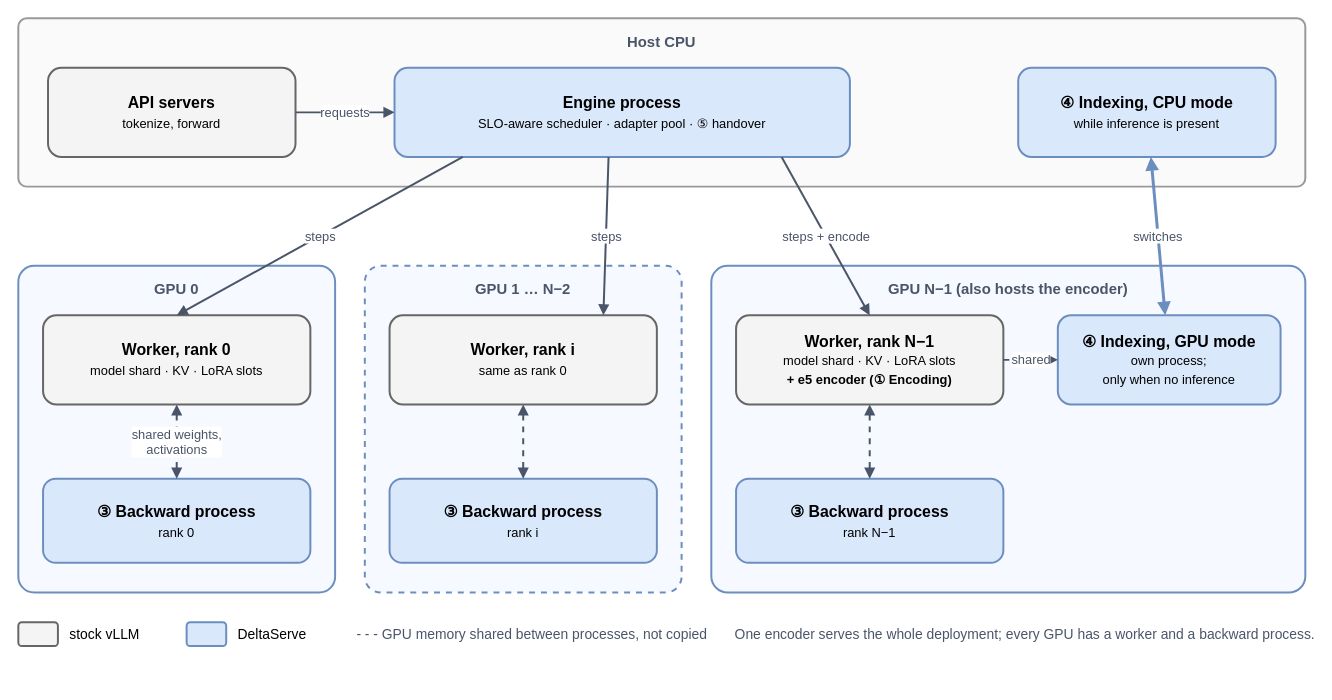
Before: page "gpu-layout" (10 of 13) of docs/figures/scheduling/all-scheduling-diagrams.drawio in 852866031/DeltaServe-vLLM, a draw.io diagram. Source tidied: cells renumbered, new cells numbered last; positions are measured from the earlier drawing's top-left corner, leaving out a move shared by most shapes. Both pictures are drawn from the tidied source at 99%, with x=0, y=0 at pixel (18, 18).
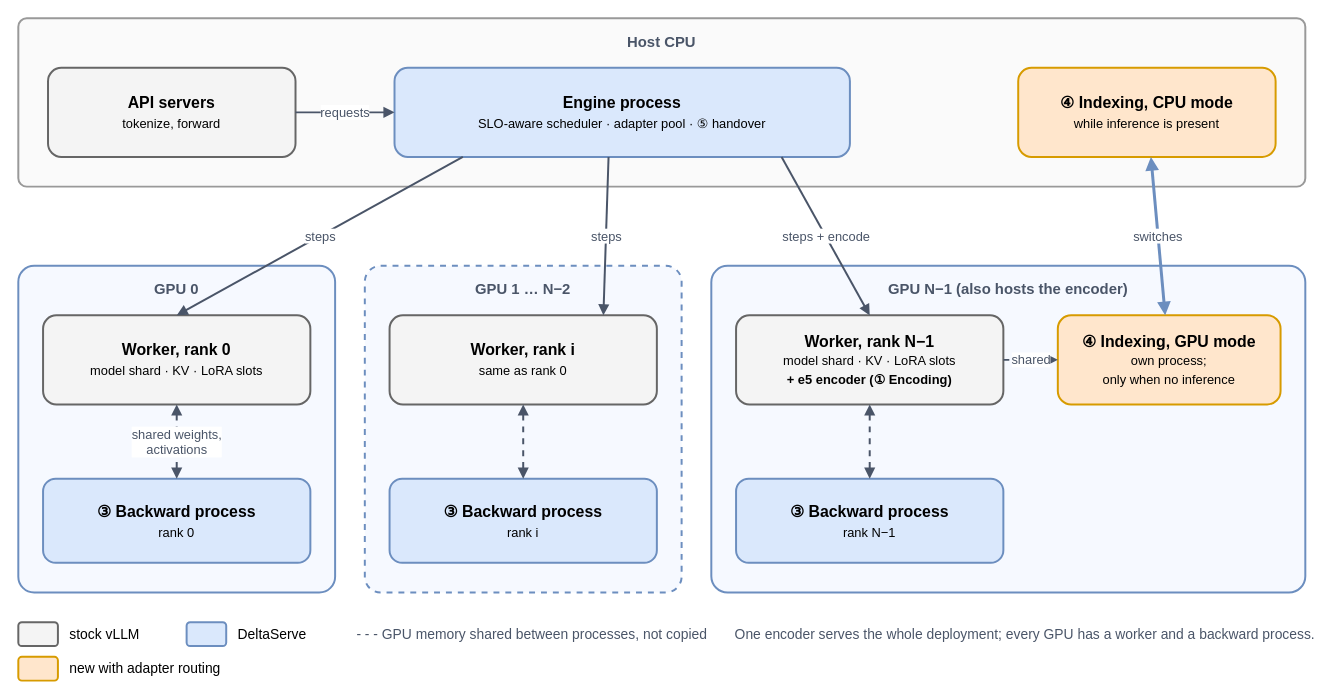
The same page after the edit.

Diff of the diagram source:
```diff
@@
-    <mxCell id="5" value="&lt;b&gt;④ Indexing, CPU mode&lt;/b&gt;&lt;br&gt;&lt;font style=&quot;font-size:13px&quot;&gt;while inference is present&lt;/font&gt;" style="rounded=1;whiteSpace=wrap;html=1;fontSize=16;fillColor=#DAE8FC;strokeColor=#6C8EBF;strokeWidth=2;" parent="1" vertex="1">
+    <mxCell id="5" value="&lt;b&gt;④ Indexing, CPU mode&lt;/b&gt;&lt;br&gt;&lt;font style=&quot;font-size:13px&quot;&gt;while inference is present&lt;/font&gt;" style="rounded=1;whiteSpace=wrap;html=1;fontSize=16;fillColor=#FFE6CC;strokeColor=#D79B00;strokeWidth=2;" parent="1" vertex="1">
       <mxGeometry x="1010" y="50" width="260" height="90" as="geometry" />
     </mxCell>
@@
-    <mxCell id="15" value="&lt;b&gt;④ Indexing, GPU mode&lt;/b&gt;&lt;br&gt;&lt;font style=&quot;font-size:13px&quot;&gt;own process;&lt;br&gt;only when no inference&lt;/font&gt;" style="rounded=1;whiteSpace=wrap;html=1;fontSize=16;fillColor=#DAE8FC;strokeColor=#6C8EBF;strokeWidth=2;" parent="1" vertex="1">
+    <mxCell id="15" value="&lt;b&gt;④ Indexing, GPU mode&lt;/b&gt;&lt;br&gt;&lt;font style=&quot;font-size:13px&quot;&gt;own process;&lt;br&gt;only when no inference&lt;/font&gt;" style="rounded=1;whiteSpace=wrap;html=1;fontSize=16;fillColor=#FFE6CC;strokeColor=#D79B00;strokeWidth=2;" parent="1" vertex="1">
       <mxGeometry x="1050" y="300" width="225" height="90" as="geometry" />
     </mxCell>
@@
+    <mxCell id="30" style="rounded=1;html=1;fillColor=#FFE6CC;strokeColor=#D79B00;strokeWidth=2;" parent="1" vertex="1">
+      <mxGeometry y="645" width="40" height="24" as="geometry" />
+    </mxCell>
+    <mxCell id="31" value="new with adapter routing" style="text;html=1;fontSize=14;align=left;verticalAlign=middle;" parent="1" vertex="1">
+      <mxGeometry x="50" y="642" width="190" height="30" as="geometry" />
+    </mxCell>
```
